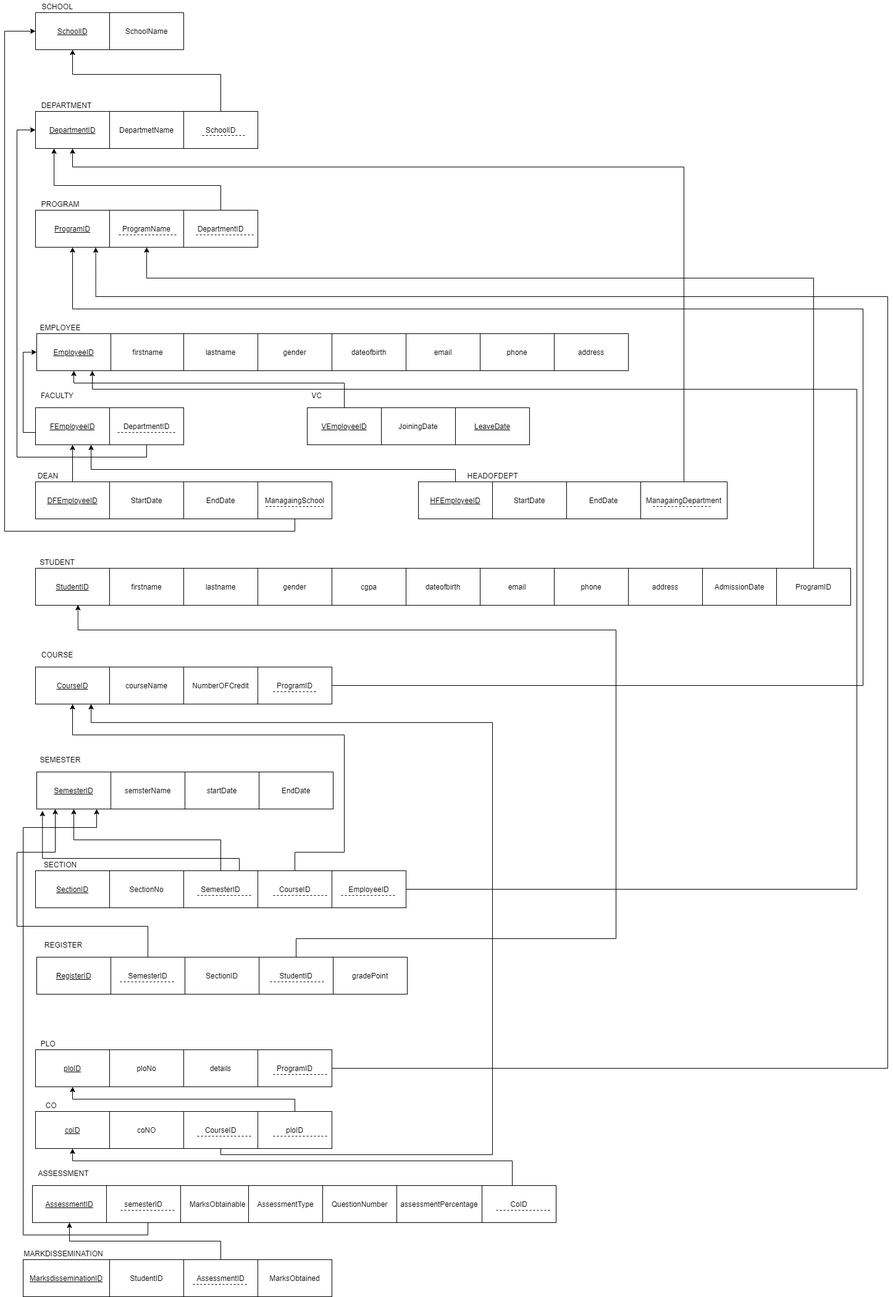
MuhammadFahimulHuq/Student-Performance-Monitor keeps this draw.io diagram as Reports/Report 2/Relational-scheme-new-version.png. Above is the earlier version. Source tidied: cells renumbered, new cells last; positions are measured from the earlier drawing's top-left corner, leaving out a move shared by most shapes.
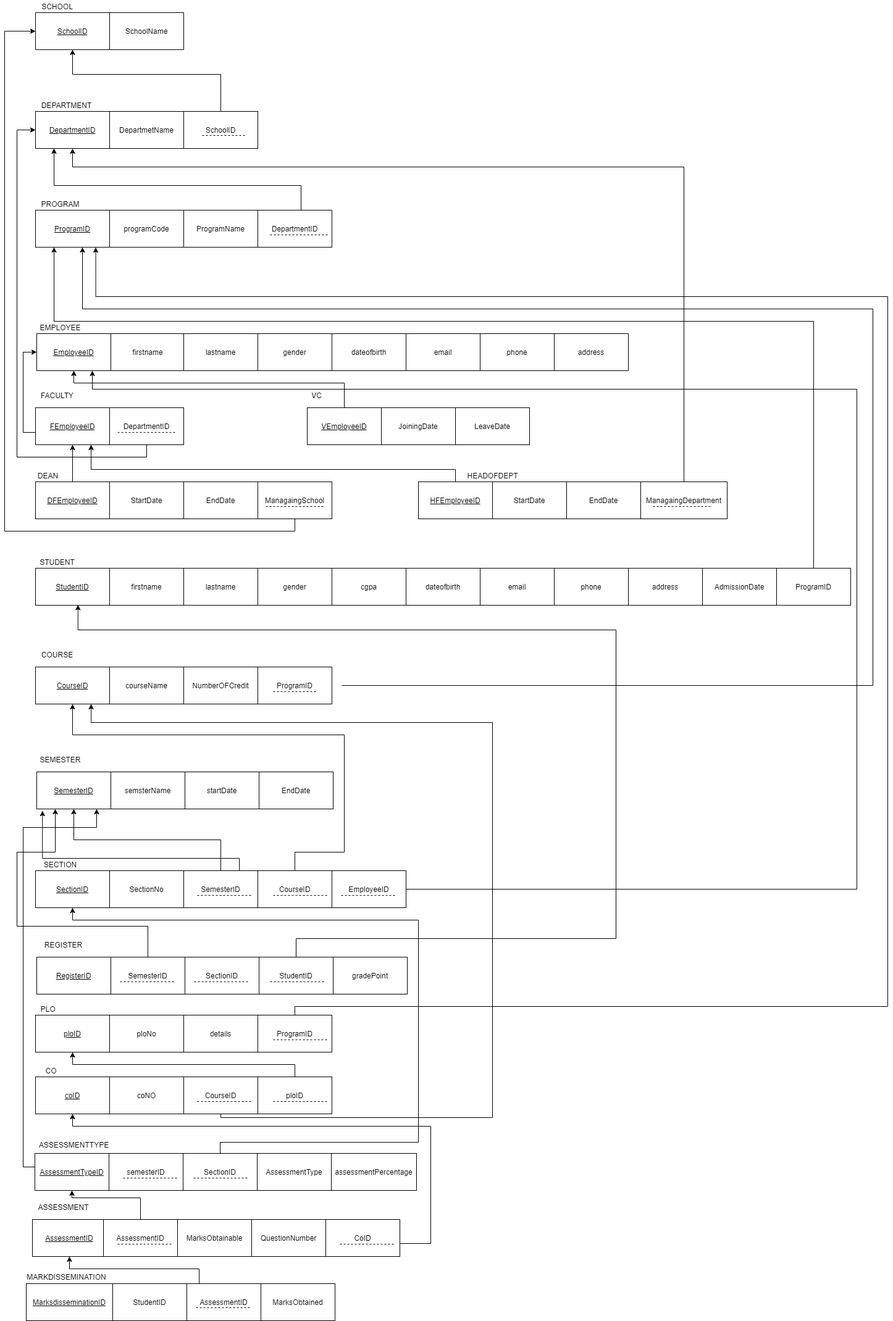
The same file after the commit.

Commit message:
new version of relation schema

Change to the diagram source:
```diff
@@ -32,3 +32,3 @@
     <mxCell id="11" value="ProgramName" style="whiteSpace=wrap;html=1;" parent="1" vertex="1">
-      <mxGeometry x="170" y="340" width="120" height="60" as="geometry" />
+      <mxGeometry x="290" y="340" width="120" height="60" as="geometry" />
     </mxCell>
@@ -37,3 +37,3 @@
         <Array as="points">
-          <mxPoint x="350" y="300" />
+          <mxPoint x="480" y="300" />
           <mxPoint x="80" y="300" />
@@ -43,3 +43,3 @@
     <mxCell id="13" value="DepartmentID" style="whiteSpace=wrap;html=1;" parent="1" vertex="1">
-      <mxGeometry x="290" y="340" width="120" height="60" as="geometry" />
+      <mxGeometry x="410" y="340" width="120" height="60" as="geometry" />
     </mxCell>
@@ -47,4 +47,4 @@
       <mxGeometry relative="1" as="geometry">
-        <mxPoint x="310" y="380" as="sourcePoint" />
-        <mxPoint x="404" y="380" as="targetPoint" />
+        <mxPoint x="430" y="380" as="sourcePoint" />
+        <mxPoint x="524" y="380" as="targetPoint" />
       </mxGeometry>
@@ -73,9 +73,9 @@
     <mxCell id="22" value="CO" style="text;html=1;align=center;verticalAlign=middle;" parent="1" vertex="1">
-      <mxGeometry x="60" y="1780" width="30" height="20" as="geometry" />
+      <mxGeometry x="60" y="1724" width="30" height="20" as="geometry" />
     </mxCell>
     <mxCell id="23" value="&lt;u&gt;coID&lt;/u&gt;" style="whiteSpace=wrap;html=1;" parent="1" vertex="1">
-      <mxGeometry x="50" y="1800" width="120" height="60" as="geometry" />
+      <mxGeometry x="50" y="1744" width="120" height="60" as="geometry" />
     </mxCell>
     <mxCell id="24" value="coNO" style="whiteSpace=wrap;html=1;" parent="1" vertex="1">
-      <mxGeometry x="170" y="1800" width="120" height="60" as="geometry" />
+      <mxGeometry x="170" y="1744" width="120" height="60" as="geometry" />
     </mxCell>
@@ -84,4 +84,4 @@
         <Array as="points">
-          <mxPoint x="350" y="1870" />
-          <mxPoint x="790" y="1870" />
+          <mxPoint x="350" y="1810" />
+          <mxPoint x="790" y="1810" />
           <mxPoint x="790" y="1170" />
@@ -92,3 +92,3 @@
     <mxCell id="26" value="CourseID" style="whiteSpace=wrap;html=1;" parent="1" vertex="1">
-      <mxGeometry x="290" y="1800" width="120" height="60" as="geometry" />
+      <mxGeometry x="290" y="1744" width="120" height="60" as="geometry" />
     </mxCell>
@@ -97,4 +97,4 @@
         <Array as="points">
-          <mxPoint x="470" y="1780" />
-          <mxPoint x="110" y="1780" />
+          <mxPoint x="470" y="1724" />
+          <mxPoint x="110" y="1724" />
         </Array>
@@ -103,3 +103,3 @@
     <mxCell id="28" value="ploID" style="whiteSpace=wrap;html=1;" parent="1" vertex="1">
-      <mxGeometry x="410" y="1800" width="120" height="60" as="geometry" />
+      <mxGeometry x="410" y="1744" width="120" height="60" as="geometry" />
     </mxCell>
@@ -107,4 +107,4 @@
       <mxGeometry relative="1" as="geometry">
-        <mxPoint x="435" y="1840" as="sourcePoint" />
-        <mxPoint x="525" y="1840" as="targetPoint" />
+        <mxPoint x="435" y="1784" as="sourcePoint" />
+        <mxPoint x="525" y="1784" as="targetPoint" />
       </mxGeometry>
@@ -113,3 +113,3 @@
       <mxGeometry relative="1" as="geometry">
-        <mxPoint x="100" y="1920" as="sourcePoint" />
+        <mxPoint x="100" y="1975" as="sourcePoint" />
       </mxGeometry>
@@ -117,6 +117,6 @@
     <mxCell id="31" value="ASSESSMENT" style="text;html=1;align=center;verticalAlign=middle;" parent="1" vertex="1">
-      <mxGeometry x="45" y="1890" width="100" height="20" as="geometry" />
+      <mxGeometry x="45" y="1945" width="100" height="20" as="geometry" />
     </mxCell>
     <mxCell id="32" value="&lt;u&gt;AssessmentID&lt;/u&gt;" style="whiteSpace=wrap;html=1;" parent="1" vertex="1">
-      <mxGeometry x="45" y="1920" width="120" height="60" as="geometry" />
+      <mxGeometry x="45" y="1975" width="120" height="60" as="geometry" />
     </mxCell>
@@ -126,4 +126,4 @@
         <Array as="points">
-          <mxPoint x="232" y="2000" />
-          <mxPoint x="30" y="2000" />
+          <mxPoint x="240" y="1890" />
+          <mxPoint x="30" y="1890" />
           <mxPoint x="30" y="1340" />
@@ -134,27 +134,28 @@
     <mxCell id="34" value="semesterID" style="whiteSpace=wrap;html=1;" parent="1" vertex="1">
-      <mxGeometry x="165" y="1920" width="120" height="60" as="geometry" />
+      <mxGeometry x="169" y="1868" width="120" height="60" as="geometry" />
     </mxCell>
     <mxCell id="35" value="MarksObtainable" style="whiteSpace=wrap;html=1;" parent="1" vertex="1">
-      <mxGeometry x="285" y="1920" width="120" height="60" as="geometry" />
+      <mxGeometry x="280" y="1975" width="120" height="60" as="geometry" />
     </mxCell>
     <mxCell id="36" value="AssessmentType" style="whiteSpace=wrap;html=1;" parent="1" vertex="1">
-      <mxGeometry x="395" y="1920" width="120" height="60" as="geometry" />
+      <mxGeometry x="409" y="1868" width="120" height="60" as="geometry" />
     </mxCell>
     <mxCell id="37" value="QuestionNumber" style="whiteSpace=wrap;html=1;" parent="1" vertex="1">
-      <mxGeometry x="515" y="1920" width="120" height="60" as="geometry" />
+      <mxGeometry x="400" y="1975" width="120" height="60" as="geometry" />
     </mxCell>
     <mxCell id="38" value="MARKDISSEMINATION" style="text;html=1;align=center;verticalAlign=middle;" parent="1" vertex="1">
-      <mxGeometry x="25" y="2020" width="140" height="20" as="geometry" />
+      <mxGeometry x="30" y="2058" width="140" height="20" as="geometry" />
     </mxCell>
     <mxCell id="39" value="&lt;u&gt;MarksdisseminationID&lt;/u&gt;" style="whiteSpace=wrap;html=1;" parent="1" vertex="1">
-      <mxGeometry x="30" y="2040" width="140" height="60" as="geometry" />
+      <mxGeometry x="35" y="2079" width="140" height="60" as="geometry" />
     </mxCell>
     <mxCell id="40" value="StudentID" style="whiteSpace=wrap;html=1;" parent="1" vertex="1">
-      <mxGeometry x="170" y="2040" width="120" height="60" as="geometry" />
+      <mxGeometry x="175" y="2079" width="120" height="60" as="geometry" />
     </mxCell>
-    <mxCell id="41" style="edgeStyle=orthogonalEdgeStyle;rounded=0;jettySize=auto;html=1;entryX=0.5;entryY=1;entryDx=0;entryDy=0;" parent="1" edge="1" source="42" target="32">
+    <mxCell id="41" style="edgeStyle=orthogonalEdgeStyle;rounded=0;jettySize=auto;html=1;entryX=0.5;entryY=1;entryDx=0;entryDy=0;" parent="1" edge="1" target="32">
       <mxGeometry relative="1" as="geometry">
+        <mxPoint x="315" y="2085" as="sourcePoint" />
         <Array as="points">
-          <mxPoint x="350" y="2010" />
-          <mxPoint x="105" y="2010" />
+          <mxPoint x="315" y="2055" />
+          <mxPoint x="105" y="2055" />
         </Array>
@@ -163,6 +164,6 @@
     <mxCell id="42" value="AssessmentID" style="whiteSpace=wrap;html=1;" parent="1" vertex="1">
-      <mxGeometry x="290" y="2040" width="120" height="60" as="geometry" />
+      <mxGeometry x="295" y="2079" width="120" height="60" as="geometry" />
     </mxCell>
     <mxCell id="43" value="MarksObtained" style="whiteSpace=wrap;html=1;" parent="1" vertex="1">
-      <mxGeometry x="410" y="2040" width="120" height="60" as="geometry" />
+      <mxGeometry x="415" y="2079" width="120" height="60" as="geometry" />
     </mxCell>
@@ -170,4 +171,4 @@
       <mxGeometry relative="1" as="geometry">
-        <mxPoint x="695" y="1920" as="sourcePoint" />
-        <mxPoint x="695" y="1920" as="targetPoint" />
+        <mxPoint x="589" y="1868" as="sourcePoint" />
+        <mxPoint x="589" y="1868" as="targetPoint" />
       </mxGeometry>
@@ -215,3 +216,3 @@
     </mxCell>
-    <mxCell id="54" value="&lt;u&gt;LeaveDate&lt;/u&gt;" style="whiteSpace=wrap;html=1;" parent="1" vertex="1">
+    <mxCell id="54" value="LeaveDate" style="whiteSpace=wrap;html=1;" parent="1" vertex="1">
       <mxGeometry x="730" y="660" width="120" height="60" as="geometry" />
@@ -324,7 +325,7 @@
     </mxCell>
-    <mxCell id="85" style="edgeStyle=orthogonalEdgeStyle;rounded=0;jettySize=auto;html=1;exitX=0.5;exitY=0;exitDx=0;exitDy=0;entryX=0.5;entryY=1;entryDx=0;entryDy=0;" parent="1" edge="1" source="86" target="11">
+    <mxCell id="85" style="edgeStyle=orthogonalEdgeStyle;rounded=0;jettySize=auto;html=1;exitX=0.5;exitY=0;exitDx=0;exitDy=0;entryX=0.25;entryY=1;entryDx=0;entryDy=0;" parent="1" edge="1" source="86" target="10">
       <mxGeometry relative="1" as="geometry">
         <Array as="points">
-          <mxPoint x="1310" y="450" />
-          <mxPoint x="230" y="450" />
+          <mxPoint x="1310" y="520" />
+          <mxPoint x="80" y="520" />
         </Array>
@@ -345,12 +346,12 @@
     <mxCell id="90" value="PLO" style="text;html=1;align=center;verticalAlign=middle;" parent="1" vertex="1">
-      <mxGeometry x="50" y="1680" width="40" height="20" as="geometry" />
+      <mxGeometry x="50" y="1624" width="40" height="20" as="geometry" />
     </mxCell>
     <mxCell id="91" value="ploID" style="whiteSpace=wrap;html=1;fontStyle=4;" parent="1" vertex="1">
-      <mxGeometry x="50" y="1700" width="120" height="60" as="geometry" />
+      <mxGeometry x="50" y="1644" width="120" height="60" as="geometry" />
     </mxCell>
     <mxCell id="92" value="ploNo" style="whiteSpace=wrap;html=1;" parent="1" vertex="1">
-      <mxGeometry x="170" y="1700" width="120" height="60" as="geometry" />
+      <mxGeometry x="170" y="1644" width="120" height="60" as="geometry" />
     </mxCell>
     <mxCell id="93" value="details" style="whiteSpace=wrap;html=1;" parent="1" vertex="1">
-      <mxGeometry x="290" y="1700" width="120" height="60" as="geometry" />
+      <mxGeometry x="290" y="1644" width="120" height="60" as="geometry" />
     </mxCell>
@@ -359,3 +360,4 @@
         <Array as="points">
-          <mxPoint x="1430" y="1730" />
+          <mxPoint x="470" y="1630" />
+          <mxPoint x="1430" y="1630" />
           <mxPoint x="1430" y="480" />
@@ -366,3 +368,3 @@
     <mxCell id="95" value="ProgramID" style="whiteSpace=wrap;html=1;" parent="1" vertex="1">
-      <mxGeometry x="410" y="1700" width="120" height="60" as="geometry" />
+      <mxGeometry x="410" y="1644" width="120" height="60" as="geometry" />
     </mxCell>
@@ -370,4 +372,4 @@
       <mxGeometry relative="1" as="geometry">
-        <mxPoint x="435" y="1740" as="sourcePoint" />
-        <mxPoint x="525" y="1740" as="targetPoint" />
+        <mxPoint x="435" y="1684" as="sourcePoint" />
+        <mxPoint x="525" y="1684" as="targetPoint" />
       </mxGeometry>
@@ -377,8 +379,10 @@
     </mxCell>
-    <mxCell id="98" style="edgeStyle=orthogonalEdgeStyle;rounded=0;jettySize=auto;html=1;entryX=0.5;entryY=1;entryDx=0;entryDy=0;" parent="1" edge="1" source="99" target="10">
+    <mxCell id="98" style="edgeStyle=orthogonalEdgeStyle;rounded=0;orthogonalLoop=1;jettySize=auto;html=1;entryX=0.5;entryY=1;entryDx=0;entryDy=0;" parent="1" edge="1">
       <mxGeometry relative="1" as="geometry">
+        <mxPoint x="546" y="1110" as="sourcePoint" />
+        <mxPoint x="126" y="400" as="targetPoint" />
         <Array as="points">
-          <mxPoint x="1390" y="1110" />
-          <mxPoint x="1390" y="500" />
-          <mxPoint x="110" y="500" />
+          <mxPoint x="1406" y="1110" />
+          <mxPoint x="1406" y="500" />
+          <mxPoint x="126" y="500" />
         </Array>
@@ -533,4 +537,5 @@
         <Array as="points">
-          <mxPoint x="822" y="1880" />
-          <mxPoint x="110" y="1880" />
+          <mxPoint x="690" y="2014" />
+          <mxPoint x="690" y="1824" />
+          <mxPoint x="110" y="1824" />
         </Array>
@@ -539,6 +544,6 @@
     <mxCell id="131" value="CoID" style="whiteSpace=wrap;html=1;" parent="1" vertex="1">
-      <mxGeometry x="773" y="1920" width="120" height="60" as="geometry" />
+      <mxGeometry x="520" y="1975" width="120" height="60" as="geometry" />
     </mxCell>
     <mxCell id="132" value="assessmentPercentage" style="rounded=0;whiteSpace=wrap;html=1;" parent="1" vertex="1">
-      <mxGeometry x="635" y="1920" width="138" height="60" as="geometry" />
+      <mxGeometry x="529" y="1868" width="138" height="60" as="geometry" />
     </mxCell>
@@ -546,4 +551,4 @@
       <mxGeometry relative="1" as="geometry">
-        <mxPoint x="305" y="2080" as="sourcePoint" />
-        <mxPoint x="395" y="2080" as="targetPoint" />
+        <mxPoint x="310" y="2118" as="sourcePoint" />
+        <mxPoint x="400" y="2118" as="targetPoint" />
       </mxGeometry>
@@ -552,4 +557,4 @@
       <mxGeometry relative="1" as="geometry">
-        <mxPoint x="188" y="1960" as="sourcePoint" />
-        <mxPoint x="278" y="1960" as="targetPoint" />
+        <mxPoint x="192" y="1908" as="sourcePoint" />
+        <mxPoint x="282" y="1908" as="targetPoint" />
       </mxGeometry>
@@ -558,4 +563,4 @@
       <mxGeometry relative="1" as="geometry">
-        <mxPoint x="796" y="1960" as="sourcePoint" />
-        <mxPoint x="886" y="1960" as="targetPoint" />
+        <mxPoint x="543" y="2015" as="sourcePoint" />
+        <mxPoint x="633" y="2015" as="targetPoint" />
       </mxGeometry>
@@ -564,4 +569,4 @@
       <mxGeometry relative="1" as="geometry">
-        <mxPoint x="312" y="1840" as="sourcePoint" />
-        <mxPoint x="402" y="1840" as="targetPoint" />
+        <mxPoint x="312" y="1784" as="sourcePoint" />
+        <mxPoint x="402" y="1784" as="targetPoint" />
       </mxGeometry>
@@ -598,8 +603,2 @@
     </mxCell>
-    <mxCell id="142" style="endArrow=none;dashed=1;html=1;" parent="1" edge="1">
-      <mxGeometry relative="1" as="geometry">
-        <mxPoint x="185" y="380" as="sourcePoint" />
-        <mxPoint x="279" y="380" as="targetPoint" />
-      </mxGeometry>
-    </mxCell>
     <mxCell id="143" style="endArrow=none;dashed=1;html=1;" parent="1" edge="1">
@@ -628,2 +627,67 @@
     </mxCell>
+    <mxCell id="148" value="firstname" style="whiteSpace=wrap;html=1;" parent="1" vertex="1">
+      <mxGeometry x="170" y="340" width="120" height="60" as="geometry" />
+    </mxCell>
+    <mxCell id="149" value="programCode" style="whiteSpace=wrap;html=1;" parent="1" vertex="1">
+      <mxGeometry x="170" y="340" width="120" height="60" as="geometry" />
+    </mxCell>
+    <mxCell id="150" style="edgeStyle=orthogonalEdgeStyle;rounded=0;jettySize=auto;html=1;" parent="1" edge="1" source="151" target="117">
+      <mxGeometry relative="1" as="geometry">
+        <Array as="points">
+          <mxPoint x="349" y="1850" />
+          <mxPoint x="670" y="1850" />
+          <mxPoint x="670" y="1490" />
+          <mxPoint x="110" y="1490" />
+        </Array>
+      </mxGeometry>
+    </mxCell>
+    <mxCell id="151" value="SectionID" style="whiteSpace=wrap;html=1;" parent="1" vertex="1">
+      <mxGeometry x="289" y="1868" width="120" height="60" as="geometry" />
+    </mxCell>
+    <mxCell id="152" style="endArrow=none;dashed=1;html=1;" parent="1" edge="1">
+      <mxGeometry relative="1" as="geometry">
+        <mxPoint x="306" y="1908" as="sourcePoint" />
+        <mxPoint x="396" y="1908" as="targetPoint" />
+      </mxGeometry>
+    </mxCell>
+    <mxCell id="153" style="endArrow=none;dashed=1;html=1;" parent="1" edge="1">
+      <mxGeometry relative="1" as="geometry">
+        <mxPoint x="307" y="1590" as="sourcePoint" />
+        <mxPoint x="397" y="1590" as="targetPoint" />
+      </mxGeometry>
+    </mxCell>
+    <mxCell id="154" style="edgeStyle=orthogonalEdgeStyle;rounded=0;jettySize=auto;html=1;" parent="1" edge="1" target="156">
+      <mxGeometry relative="1" as="geometry">
+        <mxPoint x="104" y="1868" as="sourcePoint" />
+      </mxGeometry>
+    </mxCell>
+    <mxCell id="155" value="ASSESSMENTTYPE" style="text;html=1;align=center;verticalAlign=middle;" parent="1" vertex="1">
+      <mxGeometry x="47" y="1844" width="130" height="20" as="geometry" />
+    </mxCell>
+    <mxCell id="156" value="&lt;u&gt;AssessmentTypeID&lt;/u&gt;" style="whiteSpace=wrap;html=1;" parent="1" vertex="1">
+      <mxGeometry x="49" y="1868" width="120" height="60" as="geometry" />
+    </mxCell>
+    <mxCell id="157" style="edgeStyle=orthogonalEdgeStyle;rounded=0;jettySize=auto;html=1;exitX=0.5;exitY=0;exitDx=0;exitDy=0;entryX=0.5;entryY=1;entryDx=0;entryDy=0;" parent="1" edge="1" source="158" target="156">
+      <mxGeometry relative="1" as="geometry">
+        <Array as="points">
+          <mxPoint x="220" y="1940" />
+          <mxPoint x="109" y="1940" />
+        </Array>
+      </mxGeometry>
+    </mxCell>
+    <mxCell id="158" value="AssessmentID" style="whiteSpace=wrap;html=1;" parent="1" vertex="1">
+      <mxGeometry x="160" y="1975" width="120" height="60" as="geometry" />
+    </mxCell>
+    <mxCell id="159" style="endArrow=none;dashed=1;html=1;" parent="1" edge="1">
+      <mxGeometry relative="1" as="geometry">
+        <mxPoint x="183" y="2015" as="sourcePoint" />
+        <mxPoint x="273" y="2015" as="targetPoint" />
+      </mxGeometry>
+    </mxCell>
+    <mxCell id="160" style="endArrow=none;dashed=1;html=1;" parent="1" edge="1">
+      <mxGeometry relative="1" as="geometry">
+        <mxPoint x="203" y="2035" as="sourcePoint" />
+        <mxPoint x="293" y="2035" as="targetPoint" />
+      </mxGeometry>
+    </mxCell>
   </root>
```
